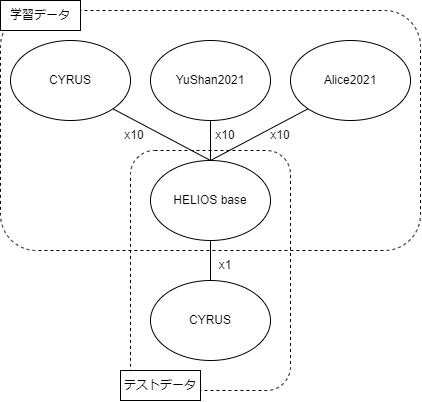
Above: 4/create_data.png in SuperTikuwa/thesis-images (draw.io), before the change. Source tidied: cells renumbered, new cells last; positions are measured from the earlier drawing's top-left corner, leaving out a move shared by most shapes. Source of this version:
```xml
<mxGraphModel>
  <root>
    <mxCell id="0" />
    <mxCell id="1" parent="0" />
    <mxCell id="2" style="rounded=1;whiteSpace=wrap;html=1;fillColor=none;dashed=1;" parent="1" vertex="1">
      <mxGeometry y="10" width="420" height="240" as="geometry" />
    </mxCell>
    <mxCell id="3" style="rounded=1;whiteSpace=wrap;html=1;fillColor=none;dashed=1;" parent="1" vertex="1">
      <mxGeometry x="130" y="150" width="160" height="240" as="geometry" />
    </mxCell>
    <mxCell id="4" value="YuShan2021" style="ellipse;whiteSpace=wrap;html=1;fillColor=default;" parent="1" vertex="1">
      <mxGeometry x="150" y="40" width="120" height="80" as="geometry" />
    </mxCell>
    <mxCell id="5" value="Alice2021" style="ellipse;whiteSpace=wrap;html=1;fillColor=default;" parent="1" vertex="1">
      <mxGeometry x="290" y="40" width="120" height="80" as="geometry" />
    </mxCell>
    <mxCell id="6" value="HELIOS base" style="ellipse;whiteSpace=wrap;html=1;fillColor=default;" parent="1" vertex="1">
      <mxGeometry x="150" y="160" width="120" height="80" as="geometry" />
    </mxCell>
    <mxCell id="7" value="CYRUS" style="ellipse;whiteSpace=wrap;html=1;fillColor=default;" parent="1" vertex="1">
      <mxGeometry x="10" y="40" width="120" height="80" as="geometry" />
    </mxCell>
    <mxCell id="8" style="endArrow=none;html=1;rounded=0;exitX=0.5;exitY=0;exitDx=0;exitDy=0;entryX=0;entryY=1;entryDx=0;entryDy=0;" parent="1" edge="1" source="6" target="5">
      <mxGeometry relative="1" as="geometry" />
    </mxCell>
    <mxCell id="9" style="endArrow=none;html=1;rounded=0;exitX=0.5;exitY=0;exitDx=0;exitDy=0;entryX=0.5;entryY=1;entryDx=0;entryDy=0;" parent="1" edge="1" source="6" target="4">
      <mxGeometry relative="1" as="geometry" />
    </mxCell>
    <mxCell id="10" style="endArrow=none;html=1;rounded=0;exitX=0.5;exitY=0;exitDx=0;exitDy=0;entryX=1;entryY=1;entryDx=0;entryDy=0;" parent="1" edge="1" source="6" target="7">
      <mxGeometry relative="1" as="geometry" />
    </mxCell>
    <mxCell id="11" value="CYRUS" style="ellipse;whiteSpace=wrap;html=1;fillColor=default;" parent="1" vertex="1">
      <mxGeometry x="150" y="280" width="120" height="80" as="geometry" />
    </mxCell>
    <mxCell id="12" style="endArrow=none;html=1;rounded=0;exitX=0.5;exitY=0;exitDx=0;exitDy=0;entryX=0.5;entryY=1;entryDx=0;entryDy=0;" parent="1" edge="1" source="11" target="6">
      <mxGeometry relative="1" as="geometry" />
    </mxCell>
    <mxCell id="13" value="学習データ" style="text;html=1;strokeColor=default;fillColor=default;align=center;verticalAlign=middle;whiteSpace=wrap;rounded=0;" parent="1" vertex="1">
      <mxGeometry width="80" height="30" as="geometry" />
    </mxCell>
    <mxCell id="14" value="テストデータ" style="text;html=1;strokeColor=default;fillColor=default;align=center;verticalAlign=middle;whiteSpace=wrap;rounded=0;" parent="1" vertex="1">
      <mxGeometry x="120" y="370" width="80" height="30" as="geometry" />
    </mxCell>
    <mxCell id="15" value="x10" style="text;html=1;strokeColor=none;fillColor=none;align=center;verticalAlign=middle;whiteSpace=wrap;rounded=0;" parent="1" vertex="1">
      <mxGeometry x="250" y="120" width="60" height="30" as="geometry" />
    </mxCell>
    <mxCell id="16" value="x10" style="text;html=1;strokeColor=none;fillColor=none;align=center;verticalAlign=middle;whiteSpace=wrap;rounded=0;" parent="1" vertex="1">
      <mxGeometry x="200" y="120" width="50" height="30" as="geometry" />
    </mxCell>
    <mxCell id="17" value="x10" style="text;html=1;strokeColor=none;fillColor=none;align=center;verticalAlign=middle;whiteSpace=wrap;rounded=0;" parent="1" vertex="1">
      <mxGeometry x="104" y="120" width="60" height="30" as="geometry" />
    </mxCell>
    <mxCell id="18" value="x1" style="text;html=1;strokeColor=none;fillColor=none;align=center;verticalAlign=middle;whiteSpace=wrap;rounded=0;" parent="1" vertex="1">
      <mxGeometry x="195" y="250" width="60" height="30" as="geometry" />
    </mxCell>
  </root>
</mxGraphModel>
```
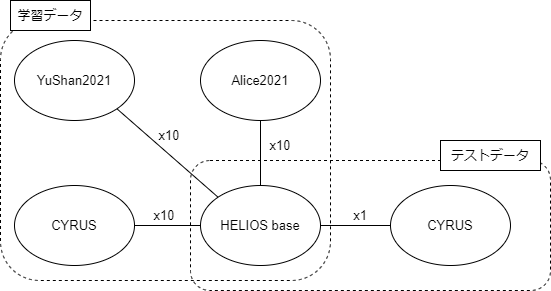
Above is the later version.

Commit message:
create_data.png を追加しました。

Diff of the diagram source:
```diff
@@ -2,56 +2,56 @@
   <root>
     <mxCell id="0" />
     <mxCell id="1" parent="0" />
-    <mxCell id="2" style="rounded=1;whiteSpace=wrap;html=1;fillColor=none;dashed=1;" parent="1" vertex="1">
-      <mxGeometry y="10" width="420" height="240" as="geometry" />
+    <mxCell id="2" style="rounded=1;whiteSpace=wrap;html=1;fillColor=none;dashed=1;fontSize=13;" parent="1" vertex="1">
+      <mxGeometry x="-100" y="-20" width="330" height="260" as="geometry" />
     </mxCell>
-    <mxCell id="3" style="rounded=1;whiteSpace=wrap;html=1;fillColor=none;dashed=1;" parent="1" vertex="1">
-      <mxGeometry x="130" y="150" width="160" height="240" as="geometry" />
+    <mxCell id="3" style="rounded=1;whiteSpace=wrap;html=1;fillColor=none;dashed=1;fontSize=13;" parent="1" vertex="1">
+      <mxGeometry x="90" y="120" width="360" height="130" as="geometry" />
     </mxCell>
-    <mxCell id="4" value="YuShan2021" style="ellipse;whiteSpace=wrap;html=1;fillColor=default;" parent="1" vertex="1">
-      <mxGeometry x="150" y="40" width="120" height="80" as="geometry" />
+    <mxCell id="4" value="YuShan2021" style="ellipse;whiteSpace=wrap;html=1;fillColor=default;fontSize=13;" parent="1" vertex="1">
+      <mxGeometry x="-86" width="120" height="80" as="geometry" />
     </mxCell>
-    <mxCell id="5" value="Alice2021" style="ellipse;whiteSpace=wrap;html=1;fillColor=default;" parent="1" vertex="1">
-      <mxGeometry x="290" y="40" width="120" height="80" as="geometry" />
+    <mxCell id="5" value="Alice2021" style="ellipse;whiteSpace=wrap;html=1;fillColor=default;fontSize=13;" parent="1" vertex="1">
+      <mxGeometry x="100" width="120" height="80" as="geometry" />
     </mxCell>
-    <mxCell id="6" value="HELIOS base" style="ellipse;whiteSpace=wrap;html=1;fillColor=default;" parent="1" vertex="1">
-      <mxGeometry x="150" y="160" width="120" height="80" as="geometry" />
+    <mxCell id="6" value="HELIOS base" style="ellipse;whiteSpace=wrap;html=1;fillColor=default;fontSize=13;" parent="1" vertex="1">
+      <mxGeometry x="100" y="145" width="120" height="80" as="geometry" />
     </mxCell>
-    <mxCell id="7" value="CYRUS" style="ellipse;whiteSpace=wrap;html=1;fillColor=default;" parent="1" vertex="1">
-      <mxGeometry x="10" y="40" width="120" height="80" as="geometry" />
+    <mxCell id="7" value="CYRUS" style="ellipse;whiteSpace=wrap;html=1;fillColor=default;fontSize=13;" parent="1" vertex="1">
+      <mxGeometry x="-86" y="145" width="120" height="80" as="geometry" />
     </mxCell>
-    <mxCell id="8" style="endArrow=none;html=1;rounded=0;exitX=0.5;exitY=0;exitDx=0;exitDy=0;entryX=0;entryY=1;entryDx=0;entryDy=0;" parent="1" edge="1" source="6" target="5">
+    <mxCell id="8" style="endArrow=none;html=1;rounded=0;exitX=0.5;exitY=0;exitDx=0;exitDy=0;entryX=0.5;entryY=1;entryDx=0;entryDy=0;fontSize=13;" parent="1" edge="1" source="6" target="5">
       <mxGeometry relative="1" as="geometry" />
     </mxCell>
-    <mxCell id="9" style="endArrow=none;html=1;rounded=0;exitX=0.5;exitY=0;exitDx=0;exitDy=0;entryX=0.5;entryY=1;entryDx=0;entryDy=0;" parent="1" edge="1" source="6" target="4">
+    <mxCell id="9" style="endArrow=none;html=1;rounded=0;exitX=0;exitY=0;exitDx=0;exitDy=0;entryX=1;entryY=1;entryDx=0;entryDy=0;fontSize=13;" parent="1" edge="1" source="6" target="4">
       <mxGeometry relative="1" as="geometry" />
     </mxCell>
-    <mxCell id="10" style="endArrow=none;html=1;rounded=0;exitX=0.5;exitY=0;exitDx=0;exitDy=0;entryX=1;entryY=1;entryDx=0;entryDy=0;" parent="1" edge="1" source="6" target="7">
+    <mxCell id="10" style="endArrow=none;html=1;rounded=0;exitX=0;exitY=0.5;exitDx=0;exitDy=0;entryX=1;entryY=0.5;entryDx=0;entryDy=0;fontSize=13;" parent="1" edge="1" source="6" target="7">
       <mxGeometry relative="1" as="geometry" />
     </mxCell>
-    <mxCell id="11" value="CYRUS" style="ellipse;whiteSpace=wrap;html=1;fillColor=default;" parent="1" vertex="1">
-      <mxGeometry x="150" y="280" width="120" height="80" as="geometry" />
+    <mxCell id="11" value="CYRUS" style="ellipse;whiteSpace=wrap;html=1;fillColor=default;fontSize=13;" parent="1" vertex="1">
+      <mxGeometry x="290" y="145" width="120" height="80" as="geometry" />
     </mxCell>
-    <mxCell id="12" style="endArrow=none;html=1;rounded=0;exitX=0.5;exitY=0;exitDx=0;exitDy=0;entryX=0.5;entryY=1;entryDx=0;entryDy=0;" parent="1" edge="1" source="11" target="6">
+    <mxCell id="12" style="endArrow=none;html=1;rounded=0;exitX=0;exitY=0.5;exitDx=0;exitDy=0;entryX=1;entryY=0.5;entryDx=0;entryDy=0;fontSize=13;" parent="1" edge="1" source="11" target="6">
       <mxGeometry relative="1" as="geometry" />
     </mxCell>
-    <mxCell id="13" value="学習データ" style="text;html=1;strokeColor=default;fillColor=default;align=center;verticalAlign=middle;whiteSpace=wrap;rounded=0;" parent="1" vertex="1">
-      <mxGeometry width="80" height="30" as="geometry" />
+    <mxCell id="13" value="学習データ" style="text;html=1;strokeColor=default;fillColor=default;align=center;verticalAlign=middle;whiteSpace=wrap;rounded=0;fontSize=13;" parent="1" vertex="1">
+      <mxGeometry x="-90" y="-40" width="80" height="30" as="geometry" />
     </mxCell>
-    <mxCell id="14" value="テストデータ" style="text;html=1;strokeColor=default;fillColor=default;align=center;verticalAlign=middle;whiteSpace=wrap;rounded=0;" parent="1" vertex="1">
-      <mxGeometry x="120" y="370" width="80" height="30" as="geometry" />
+    <mxCell id="14" value="テストデータ" style="text;html=1;strokeColor=default;fillColor=default;align=center;verticalAlign=middle;whiteSpace=wrap;rounded=0;fontSize=13;" parent="1" vertex="1">
+      <mxGeometry x="340" y="100" width="100" height="30" as="geometry" />
     </mxCell>
-    <mxCell id="15" value="x10" style="text;html=1;strokeColor=none;fillColor=none;align=center;verticalAlign=middle;whiteSpace=wrap;rounded=0;" parent="1" vertex="1">
-      <mxGeometry x="250" y="120" width="60" height="30" as="geometry" />
+    <mxCell id="15" value="x10" style="text;html=1;strokeColor=none;fillColor=none;align=center;verticalAlign=middle;whiteSpace=wrap;rounded=0;fontSize=13;" parent="1" vertex="1">
+      <mxGeometry x="150" y="90" width="60" height="30" as="geometry" />
     </mxCell>
-    <mxCell id="16" value="x10" style="text;html=1;strokeColor=none;fillColor=none;align=center;verticalAlign=middle;whiteSpace=wrap;rounded=0;" parent="1" vertex="1">
-      <mxGeometry x="200" y="120" width="50" height="30" as="geometry" />
+    <mxCell id="16" value="x10" style="text;html=1;strokeColor=none;fillColor=none;align=center;verticalAlign=middle;whiteSpace=wrap;rounded=0;fontSize=13;" parent="1" vertex="1">
+      <mxGeometry x="44" y="80" width="50" height="30" as="geometry" />
     </mxCell>
-    <mxCell id="17" value="x10" style="text;html=1;strokeColor=none;fillColor=none;align=center;verticalAlign=middle;whiteSpace=wrap;rounded=0;" parent="1" vertex="1">
-      <mxGeometry x="104" y="120" width="60" height="30" as="geometry" />
+    <mxCell id="17" value="x10" style="text;html=1;strokeColor=none;fillColor=none;align=center;verticalAlign=middle;whiteSpace=wrap;rounded=0;fontSize=13;" parent="1" vertex="1">
+      <mxGeometry x="34" y="160" width="60" height="30" as="geometry" />
     </mxCell>
-    <mxCell id="18" value="x1" style="text;html=1;strokeColor=none;fillColor=none;align=center;verticalAlign=middle;whiteSpace=wrap;rounded=0;" parent="1" vertex="1">
-      <mxGeometry x="195" y="250" width="60" height="30" as="geometry" />
+    <mxCell id="18" value="x1" style="text;html=1;strokeColor=none;fillColor=none;align=center;verticalAlign=middle;whiteSpace=wrap;rounded=0;fontSize=13;" parent="1" vertex="1">
+      <mxGeometry x="230" y="160" width="60" height="30" as="geometry" />
     </mxCell>
   </root>
 </mxGraphModel>
```
